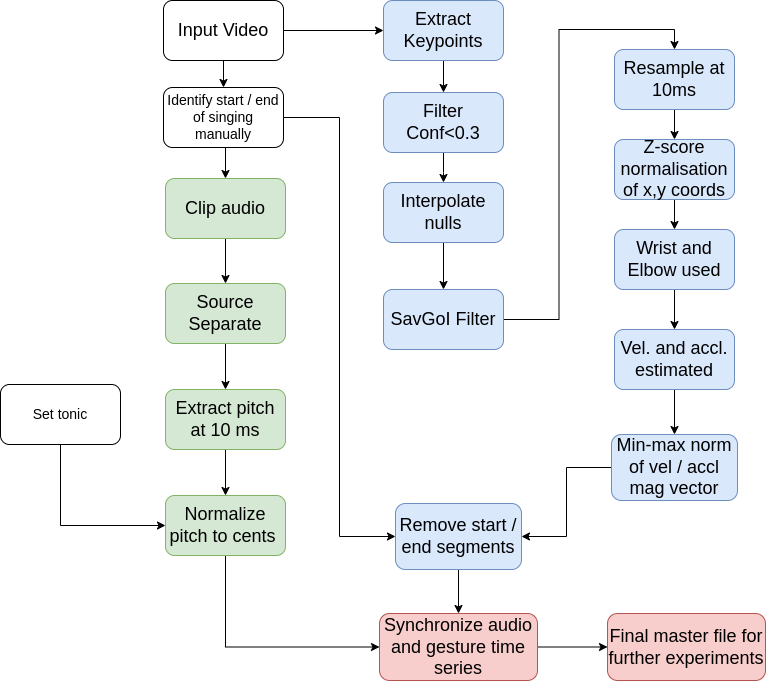
The draw.io diagram process.png in sujoyrc/hindustani_raga_dataset_processing, before a commit. Source tidied: cells renumbered, new cells last; positions are measured from the earlier drawing's top-left corner, leaving out a move shared by most shapes.
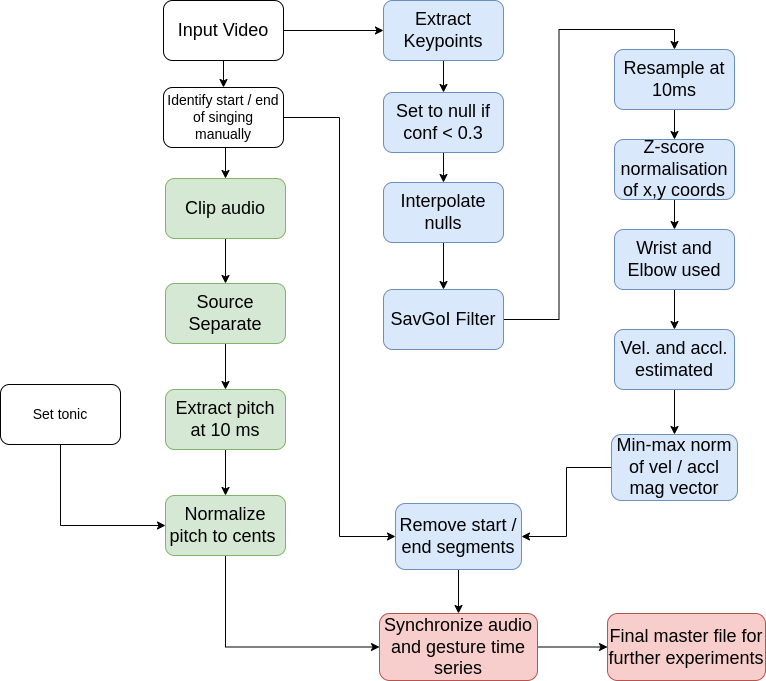
After the change.

The edit, as a diff of the source:
```diff
@@ -34,7 +34,7 @@
         <mxPoint x="443" y="182" as="targetPoint" />
       </mxGeometry>
     </mxCell>
-    <mxCell id="12" value="Filter Conf&amp;lt;0.3" style="rounded=1;whiteSpace=wrap;html=1;fontSize=18;fillColor=#dae8fc;strokeColor=#6c8ebf;" parent="1" vertex="1">
+    <mxCell id="12" value="Set to null if conf &amp;lt; 0.3" style="rounded=1;whiteSpace=wrap;html=1;fontSize=18;fillColor=#dae8fc;strokeColor=#6c8ebf;" parent="1" vertex="1">
       <mxGeometry x="383" y="92" width="120" height="60" as="geometry" />
     </mxCell>
     <mxCell id="13" style="edgeStyle=orthogonalEdgeStyle;rounded=0;jettySize=auto;html=1;fontSize=18;" parent="1" edge="1" target="15">
```
